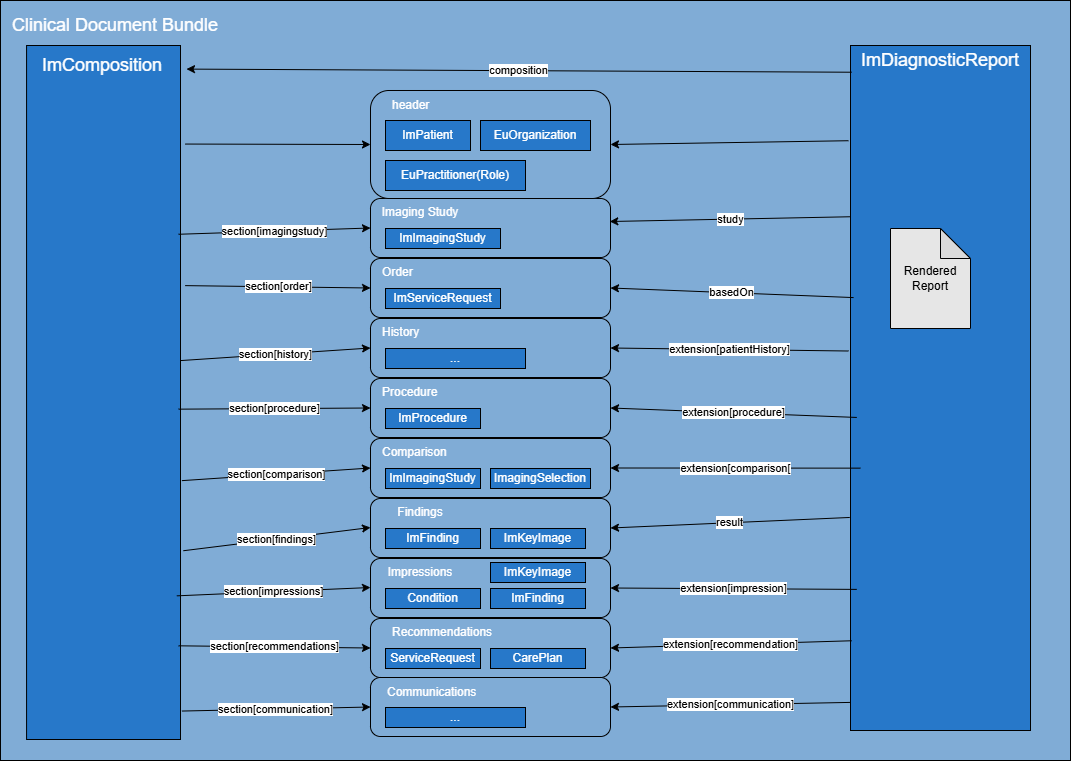
Earlier version of the draw.io export input/images/imaging-report-overview.drawio.png (oijauregui/ehdsimaging-r5). Source tidied: cells renumbered, new cells last; positions are measured from the earlier drawing's top-left corner, leaving out a move shared by most shapes.
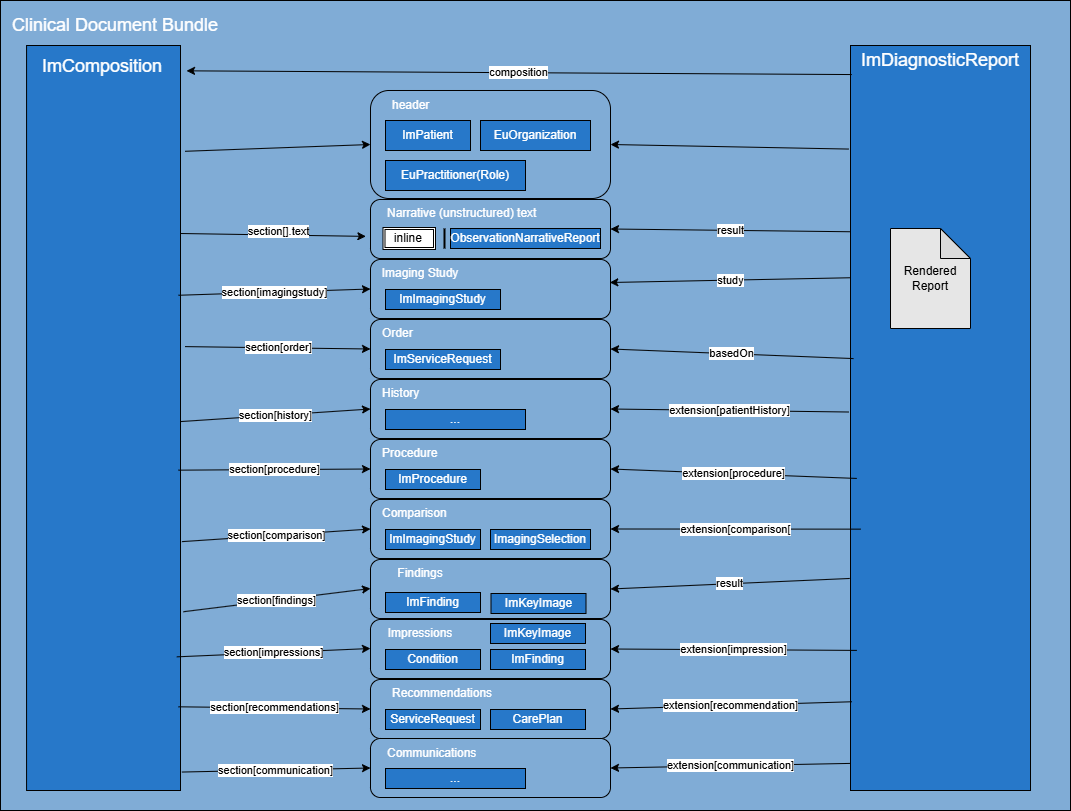
Above is the later version.

Change to the diagram source:
```diff
@@ -5,3 +5,3 @@
     <mxCell id="2" style="rounded=0;whiteSpace=wrap;html=1;align=left;fillColor=#80ACD6;" parent="1" vertex="1">
-      <mxGeometry width="1070" height="760" as="geometry" />
+      <mxGeometry y="-61" width="1070" height="810" as="geometry" />
     </mxCell>
@@ -11,12 +11,12 @@
     <mxCell id="4" value="&lt;p&gt;&lt;br&gt;&lt;/p&gt;" style="whiteSpace=wrap;html=1;fillColor=#2778C9;strokeColor=#000000;" parent="1" vertex="1">
-      <mxGeometry x="850" y="45" width="180" height="685" as="geometry" />
+      <mxGeometry x="850" y="-16" width="180" height="745" as="geometry" />
     </mxCell>
     <mxCell id="5" value="Rendered&lt;div&gt;Report&lt;/div&gt;" style="shape=note;whiteSpace=wrap;html=1;backgroundOutline=1;darkOpacity=0.05;fillColor=#E6E6E6;" parent="1" vertex="1">
-      <mxGeometry x="890" y="228" width="80" height="100" as="geometry" />
+      <mxGeometry x="890" y="167" width="80" height="100" as="geometry" />
     </mxCell>
     <mxCell id="6" value="&lt;font style=&quot;font-size: 18px;&quot; color=&quot;#ffffff&quot;&gt;Clinical Document Bundle&lt;/font&gt;" style="text;html=1;align=center;verticalAlign=middle;whiteSpace=wrap;rounded=0;" parent="1" vertex="1">
-      <mxGeometry y="10" width="230" height="30" as="geometry" />
+      <mxGeometry y="-51" width="230" height="30" as="geometry" />
     </mxCell>
     <mxCell id="7" value="&lt;font style=&quot;font-size: 18px;&quot; color=&quot;#ffffff&quot;&gt;ImDiagnosticReport&lt;/font&gt;" style="text;html=1;align=center;verticalAlign=middle;whiteSpace=wrap;rounded=0;" parent="1" vertex="1">
-      <mxGeometry x="880" y="45" width="120" height="30" as="geometry" />
+      <mxGeometry x="880" y="-16" width="120" height="30" as="geometry" />
     </mxCell>
@@ -71,3 +71,3 @@
     <mxCell id="24" value="&lt;p&gt;&lt;font color=&quot;#ffffff&quot;&gt;ImFinding&lt;/font&gt;&lt;/p&gt;" style="whiteSpace=wrap;html=1;fillColor=#2778C9;strokeColor=#000000;" parent="1" vertex="1">
-      <mxGeometry x="385" y="528" width="95" height="20" as="geometry" />
+      <mxGeometry x="385" y="531" width="95" height="20" as="geometry" />
     </mxCell>
@@ -100,37 +100,60 @@
     </mxCell>
-    <mxCell id="34" value="&lt;p&gt;&lt;font color=&quot;#ffffff&quot;&gt;ImKeyImage&lt;/font&gt;&lt;/p&gt;" style="whiteSpace=wrap;html=1;fillColor=#2778C9;strokeColor=#000000;" parent="1" vertex="1">
-      <mxGeometry x="490" y="528" width="95" height="20" as="geometry" />
-    </mxCell>
     <mxCell id="35" style="group;" parent="1" vertex="1">
-      <mxGeometry x="20" y="45" width="170" height="694" as="geometry" />
+      <mxGeometry x="20" y="-16" width="170" height="745" as="geometry" />
     </mxCell>
     <mxCell id="36" value="&lt;p&gt;&lt;br&gt;&lt;/p&gt;" style="whiteSpace=wrap;html=1;fillColor=#2778C9;strokeColor=#000000;" parent="35" vertex="1">
-      <mxGeometry x="6.1" width="153.9" height="694" as="geometry" />
+      <mxGeometry x="6.1" width="153.9" height="745" as="geometry" />
     </mxCell>
     <mxCell id="37" value="&lt;font style=&quot;font-size: 18px;&quot; color=&quot;#ffffff&quot;&gt;ImComposition&lt;/font&gt;" style="text;html=1;align=center;verticalAlign=middle;whiteSpace=wrap;rounded=0;" parent="35" vertex="1">
-      <mxGeometry width="163.9" height="40" as="geometry" />
+      <mxGeometry width="163.9" height="42.9" as="geometry" />
     </mxCell>
+    <mxCell id="69" value="&lt;span style=&quot;font-family: monospace; font-size: 0px; text-align: start; background-color: rgb(251, 251, 251);&quot;&gt;%3CmxGraphModel%3E%3Croot%3E%3CmxCell%20id%3D%220%22%2F%3E%3CmxCell%20id%3D%221%22%20parent%3D%220%22%2F%3E%3CmxCell%20id%3D%222%22%20value%3D%22section%5Border%5D%22%20style%3D%22edgeStyle%3Dnone%3Bhtml%3D1%3BentryX%3D0%3BentryY%3D0.5%3BentryDx%3D0%3BentryDy%3D0%3BexitX%3D1.03%3BexitY%3D0.346%3BexitDx%3D0%3BexitDy%3D0%3BexitPerimeter%3D0%3B%22%20edge%3D%221%22%20parent%3D%221%22%3E%3CmxGeometry%20relative%3D%221%22%20as%3D%22geometry%22%3E%3CmxPoint%20x%3D%22194.61789999999996%22%20y%3D%22356.124%22%20as%3D%22sourcePoint%22%2F%3E%3CmxPoint%20x%3D%22380%22%20y%3D%22359%22%20as%3D%22targetPoint%22%2F%3E%3C%2FmxGeometry%3E%3C%2FmxCell%3E%3C%2Froot%3E%3C%2FmxGraphModel%3E&lt;/span&gt;&lt;span style=&quot;font-family: monospace; font-size: 0px; text-align: start; background-color: rgb(251, 251, 251);&quot;&gt;%3CmxGraphModel%3E%3Croot%3E%3CmxCell%20id%3D%220%22%2F%3E%3CmxCell%20id%3D%221%22%20parent%3D%220%22%2F%3E%3CmxCell%20id%3D%222%22%20value%3D%22section%5Border%5D%22%20style%3D%22edgeStyle%3Dnone%3Bhtml%3D1%3BentryX%3D0%3BentryY%3D0.5%3BentryDx%3D0%3BentryDy%3D0%3BexitX%3D1.03%3BexitY%3D0.346%3BexitDx%3D0%3BexitDy%3D0%3BexitPerimeter%3D0%3B%22%20edge%3D%221%22%20parent%3D%221%22%3E%3CmxGeometry%20relative%3D%221%22%20as%3D%22geometry%22%3E%3CmxPoint%20x%3D%22194.61789999999996%22%20y%3D%22356.124%22%20as%3D%22sourcePoint%22%2F%3E%3CmxPoint%20x%3D%22380%22%20y%3D%22359%22%20as%3D%22targetPoint%22%2F%3E%3C%2FmxGeometry%3E%3C%2FmxCell%3E%3C%2Froot%3E%3C%2FmxGraphModel%3Esect&lt;/span&gt;" style="edgeStyle=none;html=1;entryX=0;entryY=0.5;entryDx=0;entryDy=0;exitX=1.03;exitY=0.346;exitDx=0;exitDy=0;exitPerimeter=0;" parent="35" edge="1">
+      <mxGeometry relative="1" as="geometry">
+        <mxPoint x="160" y="188" as="sourcePoint" />
+        <mxPoint x="345.4" y="190.9" as="targetPoint" />
+      </mxGeometry>
+    </mxCell>
+    <mxCell id="70" value="section[].text" style="edgeLabel;html=1;align=center;verticalAlign=middle;" parent="69" vertex="1">
+      <mxGeometry x="0.05" y="4" relative="1" as="geometry" />
+    </mxCell>
-    <mxCell id="38" value="section[order]" style="edgeStyle=none;html=1;entryX=0;entryY=0.5;entryDx=0;entryDy=0;exitX=1.03;exitY=0.346;exitDx=0;exitDy=0;exitPerimeter=0;" parent="1" edge="1" source="36" target="10">
-      <mxGeometry relative="1" as="geometry" />
+    <mxCell id="38" value="section[order]" style="edgeStyle=none;html=1;entryX=0;entryY=0.5;entryDx=0;entryDy=0;exitX=1.03;exitY=0.346;exitDx=0;exitDy=0;exitPerimeter=0;" parent="1" edge="1" target="10">
+      <mxGeometry relative="1" as="geometry">
+        <mxPoint x="184.6" y="285.1" as="sourcePoint" />
+      </mxGeometry>
     </mxCell>
-    <mxCell id="39" value="section[history]" style="endArrow=classic;html=1;entryX=0;entryY=0.5;entryDx=0;entryDy=0;exitX=1;exitY=0.454;exitDx=0;exitDy=0;exitPerimeter=0;" parent="1" edge="1" source="36" target="13">
-      <mxGeometry relative="1" as="geometry" />
+    <mxCell id="39" value="section[history]" style="endArrow=classic;html=1;entryX=0;entryY=0.5;entryDx=0;entryDy=0;exitX=1;exitY=0.454;exitDx=0;exitDy=0;exitPerimeter=0;" parent="1" edge="1" target="13">
+      <mxGeometry relative="1" as="geometry">
+        <mxPoint x="180" y="360.1" as="sourcePoint" />
+      </mxGeometry>
     </mxCell>
-    <mxCell id="40" value="section[procedure]" style="endArrow=classic;html=1;entryX=0;entryY=0.5;entryDx=0;entryDy=0;exitX=0.987;exitY=0.524;exitDx=0;exitDy=0;exitPerimeter=0;" parent="1" edge="1" source="36" target="16">
-      <mxGeometry relative="1" as="geometry" />
+    <mxCell id="40" value="section[procedure]" style="endArrow=classic;html=1;entryX=0;entryY=0.5;entryDx=0;entryDy=0;exitX=0.987;exitY=0.524;exitDx=0;exitDy=0;exitPerimeter=0;" parent="1" edge="1" target="16">
+      <mxGeometry relative="1" as="geometry">
+        <mxPoint x="178" y="408.7" as="sourcePoint" />
+      </mxGeometry>
     </mxCell>
-    <mxCell id="41" value="section[comparison]" style="endArrow=classic;html=1;entryX=0;entryY=0.5;entryDx=0;entryDy=0;exitX=1.009;exitY=0.627;exitDx=0;exitDy=0;exitPerimeter=0;" parent="1" edge="1" source="36" target="19">
-      <mxGeometry relative="1" as="geometry" />
+    <mxCell id="41" value="section[comparison]" style="endArrow=classic;html=1;entryX=0;entryY=0.5;entryDx=0;entryDy=0;exitX=1.009;exitY=0.627;exitDx=0;exitDy=0;exitPerimeter=0;" parent="1" edge="1" target="19">
+      <mxGeometry relative="1" as="geometry">
+        <mxPoint x="181.4" y="480.1" as="sourcePoint" />
+      </mxGeometry>
     </mxCell>
-    <mxCell id="42" value="section[findings]" style="endArrow=classic;html=1;entryX=0;entryY=1;entryDx=0;entryDy=0;exitX=1.019;exitY=0.728;exitDx=0;exitDy=0;exitPerimeter=0;" parent="1" edge="1" source="36" target="25">
-      <mxGeometry relative="1" as="geometry" />
+    <mxCell id="42" value="section[findings]" style="endArrow=classic;html=1;entryX=0;entryY=1;entryDx=0;entryDy=0;exitX=1.019;exitY=0.728;exitDx=0;exitDy=0;exitPerimeter=0;" parent="1" edge="1" target="25">
+      <mxGeometry relative="1" as="geometry">
+        <mxPoint x="182.9" y="550.2" as="sourcePoint" />
+      </mxGeometry>
     </mxCell>
-    <mxCell id="43" value="section[impressions]" style="endArrow=classic;html=1;entryX=0;entryY=1;entryDx=0;entryDy=0;exitX=0.976;exitY=0.793;exitDx=0;exitDy=0;exitPerimeter=0;" parent="1" edge="1" source="36" target="28">
-      <mxGeometry relative="1" as="geometry" />
+    <mxCell id="43" value="section[impressions]" style="endArrow=classic;html=1;entryX=0;entryY=1;entryDx=0;entryDy=0;exitX=0.976;exitY=0.793;exitDx=0;exitDy=0;exitPerimeter=0;" parent="1" edge="1" target="28">
+      <mxGeometry relative="1" as="geometry">
+        <mxPoint x="176.3" y="595.3" as="sourcePoint" />
+      </mxGeometry>
     </mxCell>
-    <mxCell id="44" value="section[recommendations]" style="endArrow=classic;html=1;entryX=0;entryY=0.5;entryDx=0;entryDy=0;exitX=0.987;exitY=0.865;exitDx=0;exitDy=0;exitPerimeter=0;" parent="1" edge="1" source="36" target="30">
-      <mxGeometry relative="1" as="geometry" />
+    <mxCell id="44" value="section[recommendations]" style="endArrow=classic;html=1;entryX=0;entryY=0.5;entryDx=0;entryDy=0;exitX=0.987;exitY=0.865;exitDx=0;exitDy=0;exitPerimeter=0;" parent="1" edge="1" target="30">
+      <mxGeometry relative="1" as="geometry">
+        <mxPoint x="178" y="645.3" as="sourcePoint" />
+      </mxGeometry>
     </mxCell>
-    <mxCell id="45" style="endArrow=classic;html=1;entryX=0;entryY=0.5;entryDx=0;entryDy=0;exitX=0.987;exitY=0.272;exitDx=0;exitDy=0;exitPerimeter=0;" parent="1" edge="1" source="36" target="3">
-      <mxGeometry relative="1" as="geometry" />
+    <mxCell id="45" style="endArrow=classic;html=1;entryX=0;entryY=0.5;entryDx=0;entryDy=0;exitX=0.987;exitY=0.272;exitDx=0;exitDy=0;exitPerimeter=0;" parent="1" edge="1">
+      <mxGeometry relative="1" as="geometry">
+        <mxPoint x="178" y="233.8" as="sourcePoint" />
+        <mxPoint x="370" y="227.5" as="targetPoint" />
+      </mxGeometry>
     </mxCell>
@@ -142,25 +165,42 @@
     </mxCell>
-    <mxCell id="48" value="study" style="endArrow=classic;html=1;entryX=0.997;entryY=0.39;entryDx=0;entryDy=0;entryPerimeter=0;exitX=0;exitY=0.25;exitDx=0;exitDy=0;" parent="1" edge="1" source="4" target="3">
-      <mxGeometry relative="1" as="geometry" />
+    <mxCell id="48" value="study" style="endArrow=classic;html=1;entryX=0.997;entryY=0.39;entryDx=0;entryDy=0;entryPerimeter=0;exitX=0;exitY=0.25;exitDx=0;exitDy=0;" parent="1" edge="1">
+      <mxGeometry relative="1" as="geometry">
+        <mxPoint x="850" y="216.3" as="sourcePoint" />
+        <mxPoint x="609.3" y="221" as="targetPoint" />
+      </mxGeometry>
     </mxCell>
-    <mxCell id="49" value="basedOn" style="endArrow=classic;html=1;entryX=1;entryY=0.5;entryDx=0;entryDy=0;exitX=0.017;exitY=0.368;exitDx=0;exitDy=0;exitPerimeter=0;" parent="1" edge="1" source="4" target="10">
-      <mxGeometry relative="1" as="geometry" />
+    <mxCell id="49" value="basedOn" style="endArrow=classic;html=1;entryX=1;entryY=0.5;entryDx=0;entryDy=0;exitX=0.017;exitY=0.368;exitDx=0;exitDy=0;exitPerimeter=0;" parent="1" edge="1" target="10">
+      <mxGeometry relative="1" as="geometry">
+        <mxPoint x="853.1" y="297.1" as="sourcePoint" />
+      </mxGeometry>
     </mxCell>
-    <mxCell id="50" value="extension[patientHistory]" style="endArrow=classic;html=1;entryX=1;entryY=0.5;entryDx=0;entryDy=0;exitX=-0.011;exitY=0.446;exitDx=0;exitDy=0;exitPerimeter=0;" parent="1" edge="1" source="4" target="13">
-      <mxGeometry relative="1" as="geometry" />
+    <mxCell id="50" value="extension[patientHistory]" style="endArrow=classic;html=1;entryX=1;entryY=0.5;entryDx=0;entryDy=0;exitX=-0.011;exitY=0.446;exitDx=0;exitDy=0;exitPerimeter=0;" parent="1" edge="1" target="13">
+      <mxGeometry relative="1" as="geometry">
+        <mxPoint x="848" y="350.5" as="sourcePoint" />
+      </mxGeometry>
     </mxCell>
-    <mxCell id="51" value="extension[procedure]" style="endArrow=classic;html=1;entryX=1;entryY=0.5;entryDx=0;entryDy=0;exitX=0.035;exitY=0.543;exitDx=0;exitDy=0;exitPerimeter=0;" parent="1" edge="1" source="4" target="16">
-      <mxGeometry relative="1" as="geometry" />
+    <mxCell id="51" value="extension[procedure]" style="endArrow=classic;html=1;entryX=1;entryY=0.5;entryDx=0;entryDy=0;exitX=0.035;exitY=0.543;exitDx=0;exitDy=0;exitPerimeter=0;" parent="1" edge="1" target="16">
+      <mxGeometry relative="1" as="geometry">
+        <mxPoint x="856.3" y="417" as="sourcePoint" />
+      </mxGeometry>
     </mxCell>
-    <mxCell id="52" value="extension[comparison[" style="endArrow=classic;html=1;entryX=1;entryY=0.5;entryDx=0;entryDy=0;exitX=0.056;exitY=0.617;exitDx=0;exitDy=0;exitPerimeter=0;" parent="1" edge="1" source="4" target="19">
-      <mxGeometry relative="1" as="geometry" />
+    <mxCell id="52" value="extension[comparison[" style="endArrow=classic;html=1;entryX=1;entryY=0.5;entryDx=0;entryDy=0;exitX=0.056;exitY=0.617;exitDx=0;exitDy=0;exitPerimeter=0;" parent="1" edge="1" target="19">
+      <mxGeometry relative="1" as="geometry">
+        <mxPoint x="860.1" y="467.6" as="sourcePoint" />
+      </mxGeometry>
     </mxCell>
-    <mxCell id="53" value="result" style="endArrow=classic;html=1;entryX=1;entryY=0.5;entryDx=0;entryDy=0;exitX=-0.004;exitY=0.689;exitDx=0;exitDy=0;exitPerimeter=0;" parent="1" edge="1" source="4" target="23">
-      <mxGeometry relative="1" as="geometry" />
+    <mxCell id="53" value="result" style="endArrow=classic;html=1;entryX=1;entryY=0.5;entryDx=0;entryDy=0;exitX=-0.004;exitY=0.689;exitDx=0;exitDy=0;exitPerimeter=0;" parent="1" edge="1" target="23">
+      <mxGeometry relative="1" as="geometry">
+        <mxPoint x="849.3" y="517" as="sourcePoint" />
+      </mxGeometry>
     </mxCell>
-    <mxCell id="54" value="extension[impression]" style="endArrow=classic;html=1;entryX=1;entryY=0.5;entryDx=0;entryDy=0;exitX=0.035;exitY=0.794;exitDx=0;exitDy=0;exitPerimeter=0;" parent="1" edge="1" source="4" target="26">
-      <mxGeometry relative="1" as="geometry" />
+    <mxCell id="54" value="extension[impression]" style="endArrow=classic;html=1;entryX=1;entryY=0.5;entryDx=0;entryDy=0;exitX=0.035;exitY=0.794;exitDx=0;exitDy=0;exitPerimeter=0;" parent="1" edge="1" target="26">
+      <mxGeometry relative="1" as="geometry">
+        <mxPoint x="856.3" y="588.9" as="sourcePoint" />
+      </mxGeometry>
     </mxCell>
-    <mxCell id="55" value="extension[recommendation]" style="endArrow=classic;html=1;entryX=1;entryY=0.5;entryDx=0;entryDy=0;exitX=0.007;exitY=0.869;exitDx=0;exitDy=0;exitPerimeter=0;" parent="1" edge="1" source="4" target="30">
-      <mxGeometry relative="1" as="geometry" />
+    <mxCell id="55" value="extension[recommendation]" style="endArrow=classic;html=1;entryX=1;entryY=0.5;entryDx=0;entryDy=0;exitX=0.007;exitY=0.869;exitDx=0;exitDy=0;exitPerimeter=0;" parent="1" edge="1" target="30">
+      <mxGeometry relative="1" as="geometry">
+        <mxPoint x="851.3" y="640.3" as="sourcePoint" />
+      </mxGeometry>
     </mxCell>
@@ -172,22 +212,26 @@
     </mxCell>
-    <mxCell id="58" value="extension[communication]" style="endArrow=classic;html=1;entryX=1;entryY=0.5;entryDx=0;entryDy=0;exitX=-0.002;exitY=0.959;exitDx=0;exitDy=0;exitPerimeter=0;" parent="1" edge="1" source="4" target="56">
-      <mxGeometry relative="1" as="geometry" />
+    <mxCell id="58" value="extension[communication]" style="endArrow=classic;html=1;entryX=1;entryY=0.5;entryDx=0;entryDy=0;exitX=-0.002;exitY=0.959;exitDx=0;exitDy=0;exitPerimeter=0;" parent="1" edge="1" target="56">
+      <mxGeometry relative="1" as="geometry">
+        <mxPoint x="849.6" y="701.9" as="sourcePoint" />
+      </mxGeometry>
     </mxCell>
     <mxCell id="59" style="rounded=1;whiteSpace=wrap;html=1;arcSize=17;fillColor=#80ACD6;" parent="1" vertex="1">
-      <mxGeometry x="370" y="90" width="240" height="108" as="geometry" />
+      <mxGeometry x="370" y="29" width="240" height="108" as="geometry" />
     </mxCell>
     <mxCell id="60" value="&lt;font color=&quot;#ffffff&quot;&gt;header&lt;/font&gt;" style="text;html=1;align=left;verticalAlign=middle;whiteSpace=wrap;rounded=0;" parent="1" vertex="1">
-      <mxGeometry x="390" y="90" width="70" height="30" as="geometry" />
+      <mxGeometry x="390" y="29" width="70" height="30" as="geometry" />
     </mxCell>
     <mxCell id="61" value="&lt;p&gt;&lt;font color=&quot;#ffffff&quot;&gt;ImPatient&lt;/font&gt;&lt;/p&gt;" style="whiteSpace=wrap;html=1;fillColor=#2778C9;strokeColor=#000000;" parent="1" vertex="1">
-      <mxGeometry x="385" y="120" width="85" height="30" as="geometry" />
+      <mxGeometry x="385" y="59" width="85" height="30" as="geometry" />
     </mxCell>
     <mxCell id="62" value="&lt;p&gt;&lt;font color=&quot;#ffffff&quot;&gt;EuOrganization&lt;/font&gt;&lt;/p&gt;" style="whiteSpace=wrap;html=1;fillColor=#2778C9;strokeColor=#000000;" parent="1" vertex="1">
-      <mxGeometry x="480" y="120" width="110" height="30" as="geometry" />
+      <mxGeometry x="480" y="59" width="110" height="30" as="geometry" />
     </mxCell>
     <mxCell id="63" value="&lt;p&gt;&lt;font color=&quot;#ffffff&quot;&gt;EuPractitioner(Role)&lt;/font&gt;&lt;/p&gt;" style="whiteSpace=wrap;html=1;fillColor=#2778C9;strokeColor=#000000;" parent="1" vertex="1">
-      <mxGeometry x="385" y="160" width="140" height="30" as="geometry" />
+      <mxGeometry x="385" y="99" width="140" height="30" as="geometry" />
     </mxCell>
-    <mxCell id="64" value="section[communication]" style="endArrow=classic;html=1;entryX=0;entryY=0.5;entryDx=0;entryDy=0;exitX=1.009;exitY=0.959;exitDx=0;exitDy=0;exitPerimeter=0;" parent="1" edge="1" source="36" target="56">
-      <mxGeometry relative="1" as="geometry" />
+    <mxCell id="64" value="section[communication]" style="endArrow=classic;html=1;entryX=0;entryY=0.5;entryDx=0;entryDy=0;exitX=1.009;exitY=0.959;exitDx=0;exitDy=0;exitPerimeter=0;" parent="1" edge="1" target="56">
+      <mxGeometry relative="1" as="geometry">
+        <mxPoint x="181.4" y="710.5" as="sourcePoint" />
+      </mxGeometry>
     </mxCell>
@@ -205,2 +249,23 @@
     </mxCell>
+    <mxCell id="71" value="&lt;p&gt;&lt;font color=&quot;#ffffff&quot;&gt;ImKeyImage&lt;/font&gt;&lt;/p&gt;" style="whiteSpace=wrap;html=1;fillColor=#2778C9;strokeColor=#000000;" parent="1" vertex="1">
+      <mxGeometry x="490.5" y="532" width="95" height="20" as="geometry" />
+    </mxCell>
+    <mxCell id="72" style="rounded=1;whiteSpace=wrap;html=1;arcSize=17;fillColor=#80ACD6;" parent="1" vertex="1">
+      <mxGeometry x="370" y="138" width="240" height="59" as="geometry" />
+    </mxCell>
+    <mxCell id="73" value="&lt;font color=&quot;#ffffff&quot;&gt;Narrative (unstructured) text&lt;/font&gt;" style="text;html=1;align=left;verticalAlign=middle;whiteSpace=wrap;rounded=0;" parent="1" vertex="1">
+      <mxGeometry x="385" y="137" width="160" height="30" as="geometry" />
+    </mxCell>
+    <mxCell id="74" value="result" style="endArrow=classic;html=1;entryX=1;entryY=0.5;entryDx=0;entryDy=0;exitX=0;exitY=0.25;exitDx=0;exitDy=0;" parent="1" edge="1" source="4" target="72">
+      <mxGeometry relative="1" as="geometry" />
+    </mxCell>
+    <mxCell id="34" value="&lt;p&gt;&lt;font color=&quot;#ffffff&quot;&gt;ObservationNarrativeReport&lt;/font&gt;&lt;/p&gt;" style="whiteSpace=wrap;html=1;fillColor=#2778C9;strokeColor=#000000;" parent="1" vertex="1">
+      <mxGeometry x="450" y="167" width="150" height="20" as="geometry" />
+    </mxCell>
+    <mxCell id="75" style="line;strokeWidth=2;html=1;rotation=90;" parent="1" vertex="1">
+      <mxGeometry x="434" y="172" width="20" height="10" as="geometry" />
+    </mxCell>
+    <mxCell id="76" value="inline&amp;nbsp;" style="shape=ext;double=1;rounded=0;whiteSpace=wrap;html=1;" parent="1" vertex="1">
+      <mxGeometry x="382.5" y="166" width="52.5" height="22" as="geometry" />
+    </mxCell>
   </root>
```
